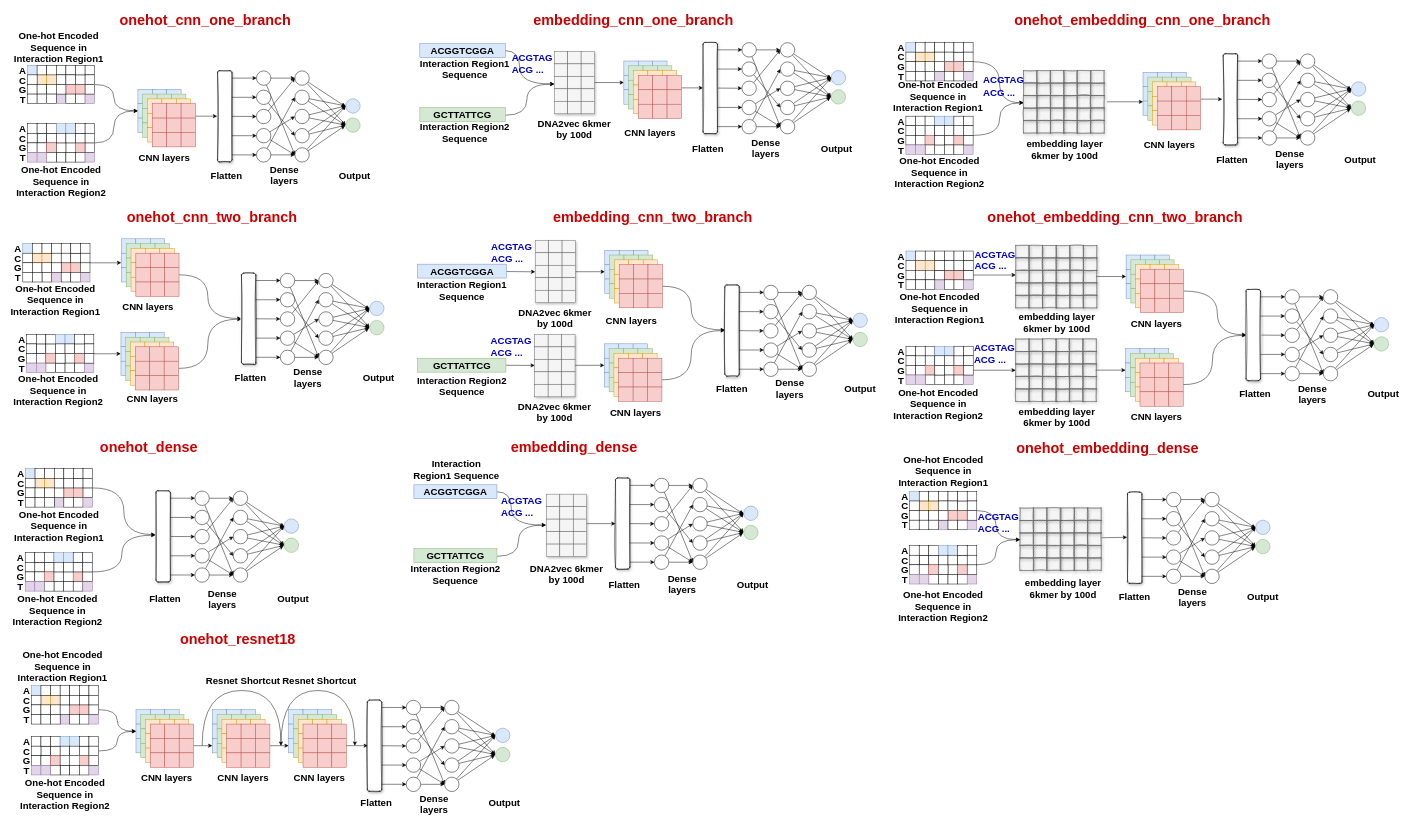
NaiveTom/draw.io keeps this draw.io diagram as all model.drawio. Above is the earlier version. Source tidied: cells renumbered, new cells numbered last; positions are measured from the earlier drawing's top-left corner, leaving out a move shared by most shapes. Both pictures are drawn from the tidied source at 48%, with x=0, y=0 at pixel (8, 8).
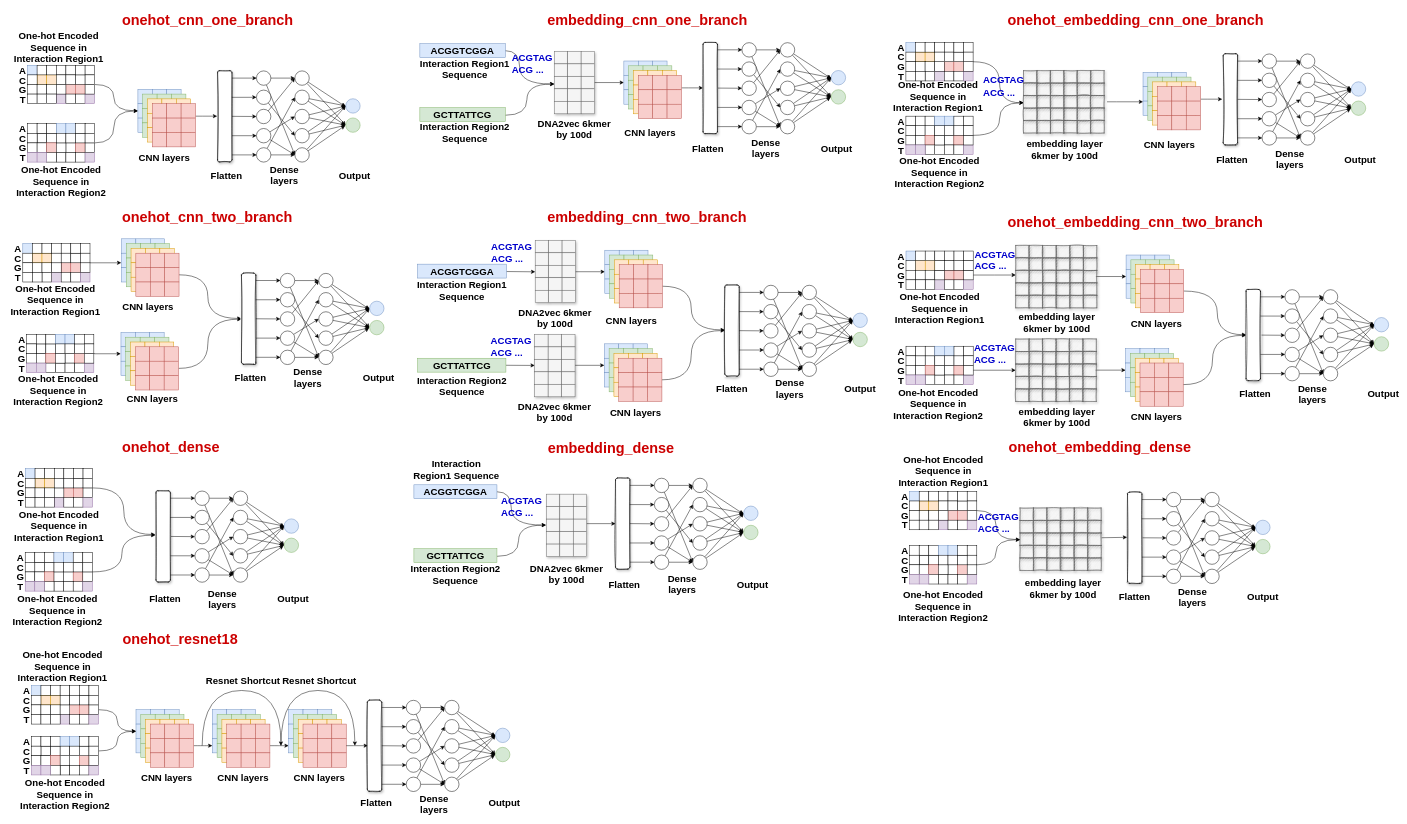
The same page after the edit.

What changed in the source:
```diff
@@
     <mxCell id="104" value="&lt;font color=&quot;#CC0000&quot;&gt;embedding_cnn_one_branch&lt;/font&gt;" style="text;whiteSpace=wrap;html=1;fontSize=30;fontStyle=1;fontColor=#006600;" parent="1" vertex="1">
-      <mxGeometry x="1092.2" y="0.6" width="310" height="40" as="geometry" />
+      <mxGeometry x="1120.8" y="0.6" width="310" height="40" as="geometry" />
     </mxCell>
@@
     <mxCell id="264" value="embedding_cnn_two_branch" style="text;whiteSpace=wrap;html=1;fontSize=30;fontStyle=1;fontColor=#CC0000;" parent="1" vertex="1">
-      <mxGeometry x="1132.5" y="411.2" width="310" height="40" as="geometry" />
+      <mxGeometry x="1120.8" y="411.2" width="310" height="40" as="geometry" />
     </mxCell>
@@
     <mxCell id="329" value="embedding_dense" style="text;whiteSpace=wrap;html=1;fontSize=30;fontStyle=1;fontColor=#CC0000;" parent="1" vertex="1">
-      <mxGeometry x="1044.8" y="890" width="310" height="40" as="geometry" />
+      <mxGeometry x="1121.5" y="891.8" width="310" height="40" as="geometry" />
     </mxCell>
@@
-    <mxCell id="477" value="onehot_cnn_one_branch" style="text;whiteSpace=wrap;html=1;fontSize=30;fontStyle=1;fontColor=#CC0000;" parent="1" vertex="1">
-      <mxGeometry x="229.8" width="310" height="40" as="geometry" />
+    <mxCell id="477" value="onehot_cnn_one_branch" style="text;whiteSpace=wrap;html=1;fontSize=30;fontStyle=1;fontColor=#CC0000;shadow=0;" parent="1" vertex="1">
+      <mxGeometry x="234.5" y="0.6" width="310" height="40" as="geometry" />
     </mxCell>
@@
     <mxCell id="663" value="onehot_cnn_two_branch" style="text;whiteSpace=wrap;html=1;fontSize=30;fontStyle=1;fontColor=#CC0000;" parent="1" vertex="1">
-      <mxGeometry x="244.5" y="410" width="310" height="40" as="geometry" />
+      <mxGeometry x="234.5" y="411.2" width="310" height="40" as="geometry" />
     </mxCell>
@@
     <mxCell id="773" value="onehot_dense" style="text;whiteSpace=wrap;html=1;fontSize=30;fontStyle=1;fontColor=#CC0000;" parent="1" vertex="1">
-      <mxGeometry x="188.5" y="890" width="310" height="40" as="geometry" />
+      <mxGeometry x="234.5" y="890" width="310" height="40" as="geometry" />
     </mxCell>
@@
     <mxCell id="955" value="onehot_embedding_cnn_one_branch" style="text;whiteSpace=wrap;html=1;fontSize=30;fontStyle=1;fontColor=#CC0000;" parent="1" vertex="1">
-      <mxGeometry x="2093.8" y="0.6" width="310" height="40" as="geometry" />
+      <mxGeometry x="2079.5" y="0.6" width="310" height="40" as="geometry" />
     </mxCell>
@@
     <mxCell id="1210" value="onehot_embedding_cnn_two_branch" style="text;whiteSpace=wrap;html=1;fontSize=30;fontStyle=1;fontColor=#CC0000;" parent="1" vertex="1">
-      <mxGeometry x="2037.5" y="411.3" width="310" height="40" as="geometry" />
+      <mxGeometry x="2080" y="420" width="310" height="40" as="geometry" />
     </mxCell>
@@
     <mxCell id="1354" value="onehot_embedding_dense" style="text;whiteSpace=wrap;html=1;fontSize=30;fontStyle=1;fontColor=#CC0000;" parent="1" vertex="1">
-      <mxGeometry x="2097.5" y="891.8" width="441" height="40" as="geometry" />
+      <mxGeometry x="2081.5" y="890" width="441" height="40" as="geometry" />
     </mxCell>
@@
     <mxCell id="1582" value="onehot_resnet18" style="text;whiteSpace=wrap;html=1;fontSize=30;fontStyle=1;fontColor=#CC0000;" parent="1" vertex="1">
-      <mxGeometry x="355.8" y="1290" width="441" height="40" as="geometry" />
+      <mxGeometry x="235.5" y="1290" width="441" height="40" as="geometry" />
     </mxCell>
```
